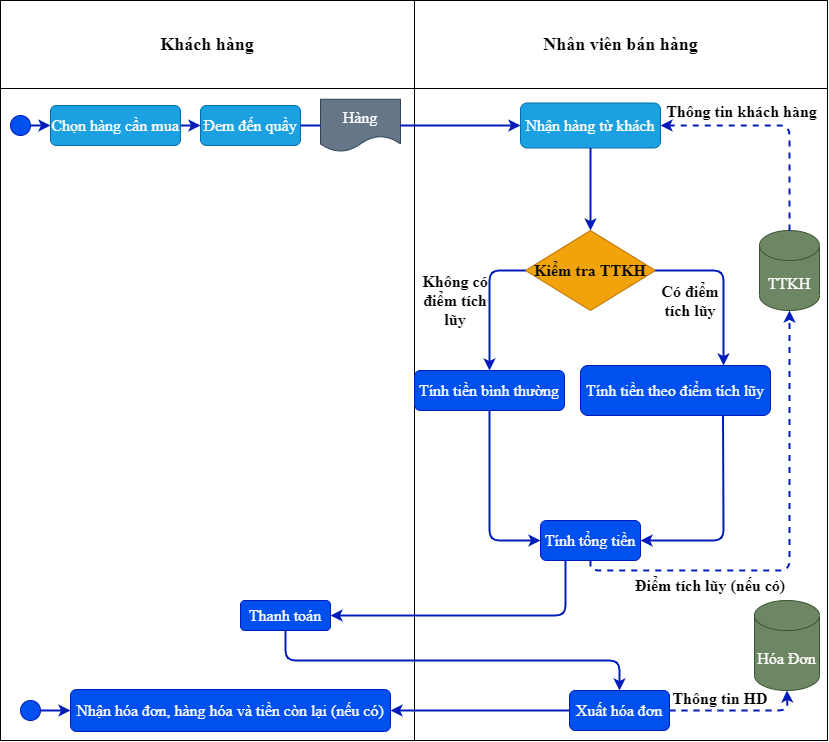
The draw.io diagram banHang.drawio.png in sunny-THS/QlyBanDT, before a commit. Source tidied: cells renumbered, new cells last; positions are measured from the earlier drawing's top-left corner, leaving out a move shared by most shapes.
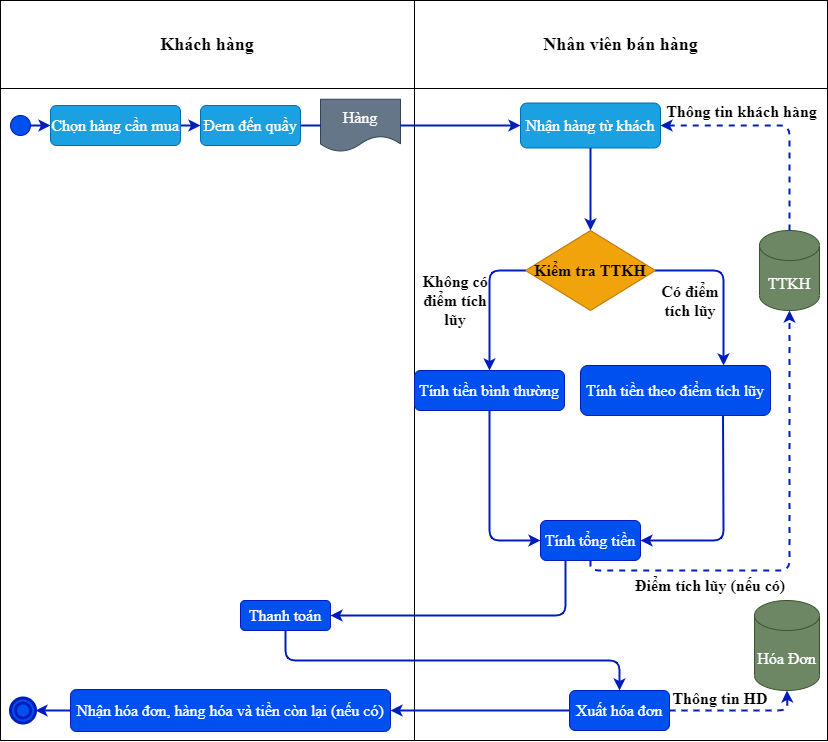
Later version of the same file.

Change to the diagram source:
```diff
@@ -164,14 +164,16 @@
     <mxCell id="41" value="Nhận hóa đơn, hàng hóa và tiền còn lại (nếu có)" style="rounded=1;whiteSpace=wrap;html=1;fontFamily=Times New Roman;fontSize=16;fillColor=#0050ef;strokeColor=#001DBC;fontColor=#ffffff;" parent="1" vertex="1">
       <mxGeometry x="70" y="689" width="320" height="42" as="geometry" />
     </mxCell>
-    <mxCell id="42" style="ellipse;whiteSpace=wrap;html=1;fontFamily=Times New Roman;fontSize=18;fillColor=#0050ef;strokeColor=#001DBC;fontColor=#ffffff;" parent="1" vertex="1">
-      <mxGeometry x="20" y="700" width="20" height="20" as="geometry" />
-    </mxCell>
-    <mxCell id="43" style="endArrow=classic;html=1;fontFamily=Times New Roman;fontSize=18;exitX=1;exitY=0.5;exitDx=0;exitDy=0;fillColor=#0050ef;strokeColor=#001DBC;entryX=0;entryY=0.5;entryDx=0;entryDy=0;strokeWidth=2;" parent="1" edge="1" source="42" target="41">
-      <mxGeometry relative="1" as="geometry" />
+    <mxCell id="43" style="endArrow=classic;html=1;fontFamily=Times New Roman;fontSize=18;fillColor=#0050ef;strokeColor=#001DBC;entryX=1;entryY=0.5;entryDx=0;entryDy=0;strokeWidth=2;" parent="1" edge="1" target="45">
+      <mxGeometry relative="1" as="geometry">
+        <mxPoint x="70" y="710" as="sourcePoint" />
+      </mxGeometry>
     </mxCell>
     <mxCell id="44" style="endArrow=classic;html=1;fontFamily=Times New Roman;fontSize=16;strokeWidth=2;exitX=0;exitY=0.5;exitDx=0;exitDy=0;entryX=1;entryY=0.5;entryDx=0;entryDy=0;fillColor=#0050ef;strokeColor=#001DBC;" parent="1" edge="1" source="37" target="41">
       <mxGeometry relative="1" as="geometry" />
     </mxCell>
+    <mxCell id="45" style="ellipse;shape=doubleEllipse;whiteSpace=wrap;html=1;fontFamily=Times New Roman;fontSize=16;fillColor=#0050ef;strokeColor=#001DBC;fontColor=#ffffff;strokeWidth=3;" parent="1" vertex="1">
+      <mxGeometry x="10" y="697.5" width="25" height="25" as="geometry" />
+    </mxCell>
   </root>
 </mxGraphModel>
```
